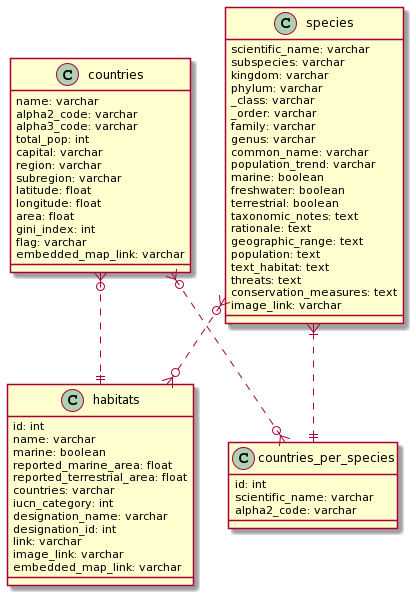
The PlantUML diagram uml-diagram.png in danielqu1/critterycovery, before a commit.
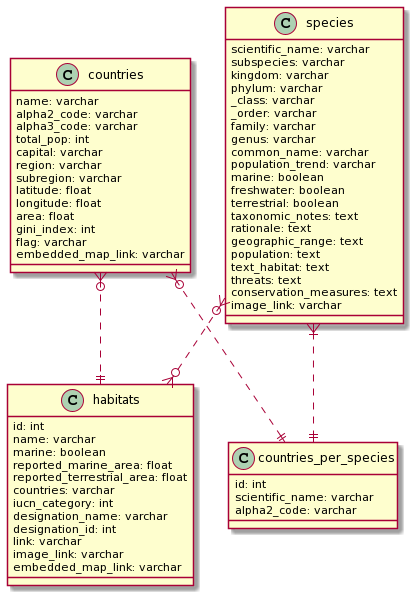
After the change.

Commit message:
added new uml diagram

What changed in the source:
```diff
@@ -61,7 +61,7 @@
 }
 
 species }|..|| countries_per_species
-countries }o..o{ countries_per_species
+countries }o..|| countries_per_species
 countries }o..|| habitats
 species }o..o{ habitats
 @enduml
```
